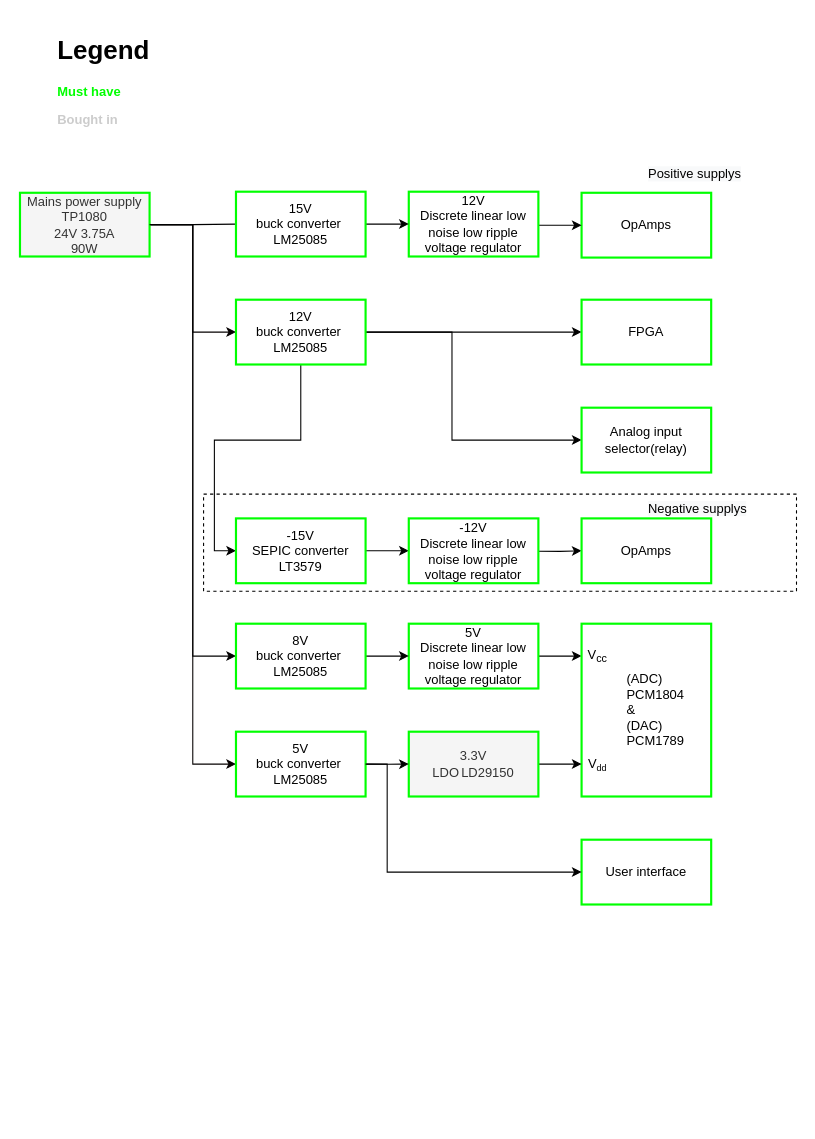
Above: Block diagrams/System design/Power supply.drawio in HeinVerhallen/Audio-DSP (draw.io), before the change. Source tidied: cells renumbered, new cells numbered last; positions are measured from the earlier drawing's top-left corner, leaving out a move shared by most shapes. Both pictures are drawn from the tidied source at 108%, with x=0, y=0 at pixel (19, 29).
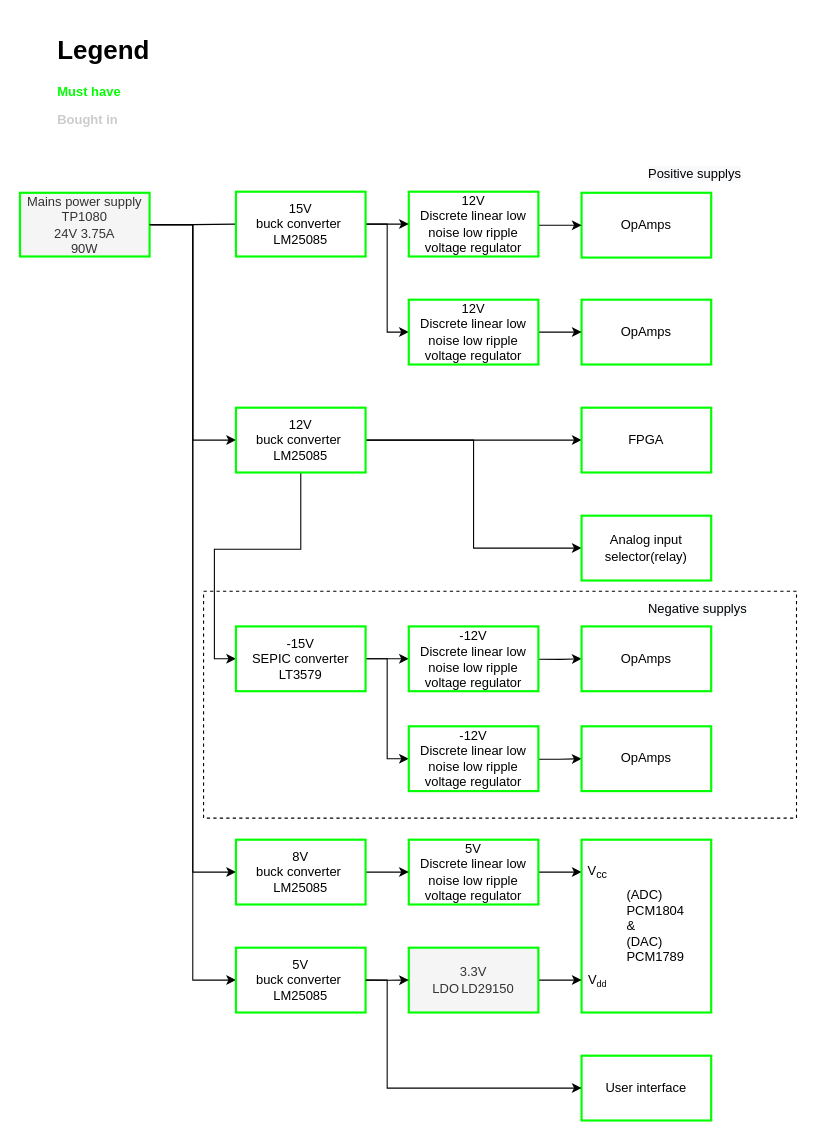
The same page after the edit.

The change refers to these unchanged cells:
```xml
<mxCell id="6" value="Mains power supply&lt;br&gt;TP1080&lt;br&gt;24V 3.75A&lt;br&gt;90W" style="rounded=0;whiteSpace=wrap;html=1;strokeColor=#00FF00;strokeWidth=2;fillColor=#f5f5f5;fontColor=#333333;" parent="1" vertex="1">
  <mxGeometry y="151" width="120" height="59" as="geometry" />
</mxCell>
<mxCell id="36" value="15V &lt;br&gt;buck converter&amp;nbsp; LM25085" style="rounded=0;whiteSpace=wrap;html=1;strokeColor=#00FF00;strokeWidth=2;" parent="1" vertex="1">
  <mxGeometry x="200" y="150" width="120" height="60" as="geometry" />
</mxCell>
```

Diff of the diagram source:
```diff
@@
     <mxCell id="2" style="rounded=0;whiteSpace=wrap;html=1;dashed=1;fillColor=none;" parent="1" vertex="1">
-      <mxGeometry x="170" y="430" width="549" height="90" as="geometry" />
+      <mxGeometry x="170" y="520" width="549" height="210" as="geometry" />
     </mxCell>
     <mxCell id="3" style="edgeStyle=orthogonalEdgeStyle;rounded=0;jettySize=auto;html=1;entryX=0;entryY=0.5;entryDx=0;entryDy=0;strokeColor=#050001;fontColor=default;" parent="1" edge="1" source="6" target="13">
       <mxGeometry relative="1" as="geometry">
         <Array as="points">
           <mxPoint x="160" y="181" />
-          <mxPoint x="160" y="280" />
+          <mxPoint x="160" y="380" />
         </Array>
       </mxGeometry>
     </mxCell>
     <mxCell id="4" style="edgeStyle=orthogonalEdgeStyle;rounded=0;jettySize=auto;html=1;entryX=0;entryY=0.5;entryDx=0;entryDy=0;strokeColor=#050001;fontColor=default;" parent="1" edge="1" source="6" target="34">
       <mxGeometry relative="1" as="geometry">
         <Array as="points">
-          <mxPoint x="160" y="181" />
-          <mxPoint x="160" y="680" />
+          <mxPoint x="160" y="180" />
+          <mxPoint x="160" y="880" />
         </Array>
       </mxGeometry>
     </mxCell>
     <mxCell id="5" style="edgeStyle=orthogonalEdgeStyle;rounded=0;jettySize=auto;html=1;entryX=0;entryY=0.5;entryDx=0;entryDy=0;" parent="1" edge="1" source="6" target="33">
       <mxGeometry relative="1" as="geometry">
         <Array as="points">
-          <mxPoint x="160" y="181" />
-          <mxPoint x="160" y="580" />
+          <mxPoint x="160" y="180" />
+          <mxPoint x="160" y="780" />
         </Array>
       </mxGeometry>
     </mxCell>
@@
     <mxCell id="9" value="5V &lt;br&gt;Discrete linear low noise low ripple voltage regulator" style="rounded=0;whiteSpace=wrap;html=1;strokeColor=#00FF00;strokeWidth=2;" parent="1" vertex="1">
-      <mxGeometry x="360" y="550" width="120" height="60" as="geometry" />
+      <mxGeometry x="360" y="750" width="120" height="60" as="geometry" />
     </mxCell>
+    <mxCell id="12" style="edgeStyle=orthogonalEdgeStyle;rounded=0;jettySize=auto;html=1;entryX=0;entryY=0.5;entryDx=0;entryDy=0;" parent="1" edge="1" source="13" target="14">
+      <mxGeometry relative="1" as="geometry" />
+    </mxCell>
-    <mxCell id="10" style="edgeStyle=orthogonalEdgeStyle;rounded=0;jettySize=auto;html=1;strokeColor=#000000;strokeWidth=1;fontColor=#000000;" parent="1" edge="1" source="13" target="16">
-      <mxGeometry relative="1" as="geometry">
-        <Array as="points">
-          <mxPoint x="400" y="280" />
-          <mxPoint x="400" y="380" />
-        </Array>
-      </mxGeometry>
+    <mxCell id="10" style="edgeStyle=orthogonalEdgeStyle;rounded=0;jettySize=auto;html=1;entryX=0;entryY=0.5;entryDx=0;entryDy=0;" parent="1" edge="1" source="13" target="16">
+      <mxGeometry relative="1" as="geometry" />
     </mxCell>
     <mxCell id="11" style="edgeStyle=orthogonalEdgeStyle;rounded=0;jettySize=auto;html=1;entryX=0;entryY=0.5;entryDx=0;entryDy=0;" parent="1" edge="1" source="13" target="37">
       <mxGeometry relative="1" as="geometry">
         <Array as="points">
-          <mxPoint x="260" y="380" />
-          <mxPoint x="180" y="380" />
-          <mxPoint x="180" y="483" />
+          <mxPoint x="260" y="481" />
+          <mxPoint x="180" y="481" />
+          <mxPoint x="180" y="582" />
         </Array>
       </mxGeometry>
     </mxCell>
-    <mxCell id="12" style="edgeStyle=orthogonalEdgeStyle;rounded=0;jettySize=auto;html=1;entryX=0;entryY=0.5;entryDx=0;entryDy=0;" parent="1" edge="1" source="13" target="14">
-      <mxGeometry relative="1" as="geometry" />
-    </mxCell>
     <mxCell id="13" value="12V &lt;br&gt;buck converter&amp;nbsp; LM25085" style="rounded=0;whiteSpace=wrap;html=1;strokeColor=#00FF00;strokeWidth=2;" parent="1" vertex="1">
-      <mxGeometry x="200" y="250" width="120" height="60" as="geometry" />
+      <mxGeometry x="200" y="350" width="120" height="60" as="geometry" />
     </mxCell>
     <mxCell id="14" value="FPGA" style="rounded=0;whiteSpace=wrap;html=1;strokeColor=#00FF00;strokeWidth=2;" parent="1" vertex="1">
-      <mxGeometry x="520" y="250" width="120" height="60" as="geometry" />
+      <mxGeometry x="520" y="350" width="120" height="60" as="geometry" />
     </mxCell>
     <mxCell id="15" value="User interface" style="rounded=0;whiteSpace=wrap;html=1;strokeColor=#00FF00;strokeWidth=2;" parent="1" vertex="1">
-      <mxGeometry x="520" y="750" width="120" height="60" as="geometry" />
+      <mxGeometry x="520" y="950" width="120" height="60" as="geometry" />
     </mxCell>
     <mxCell id="16" value="Analog input selector(relay)" style="rounded=0;whiteSpace=wrap;html=1;strokeColor=#00FF00;strokeWidth=2;" parent="1" vertex="1">
-      <mxGeometry x="520" y="350" width="120" height="60" as="geometry" />
+      <mxGeometry x="520" y="450" width="120" height="60" as="geometry" />
     </mxCell>
@@
     <mxCell id="19" value="OpAmps" style="rounded=0;whiteSpace=wrap;html=1;strokeColor=#00FF00;strokeWidth=2;" parent="1" vertex="1">
-      <mxGeometry x="520" y="452.5" width="120" height="60" as="geometry" />
+      <mxGeometry x="520" y="552.5" width="120" height="60" as="geometry" />
     </mxCell>
@@
     <mxCell id="21" value="&lt;span style=&quot;color: rgb(0 , 0 , 0) ; font-family: &amp;#34;helvetica&amp;#34; ; font-size: 12px ; font-style: normal ; font-weight: 400 ; letter-spacing: normal ; text-align: center ; text-indent: 0px ; text-transform: none ; word-spacing: 0px ; background-color: rgb(248 , 249 , 250) ; display: inline ; float: none&quot;&gt;Negative supplys&lt;/span&gt;" style="text;whiteSpace=wrap;html=1;strokeColor=none;strokeWidth=1;dashed=1;" parent="1" vertex="1">
-      <mxGeometry x="580" y="430" width="110" height="30" as="geometry" />
+      <mxGeometry x="580" y="522.5" width="110" height="30" as="geometry" />
     </mxCell>
     <mxCell id="22" value="&lt;blockquote style=&quot;margin: 0 0 0 40px; border: none; padding: 0px;&quot;&gt;&lt;p style=&quot;line-height: 120%;&quot;&gt;(ADC) PCM1804 &lt;br&gt;&amp;amp; &lt;br&gt;(DAC) PCM1789&lt;/p&gt;&lt;/blockquote&gt;" style="rounded=0;whiteSpace=wrap;html=1;shadow=0;fillColor=none;align=left;strokeColor=#00FF00;strokeWidth=2;" parent="1" vertex="1">
-      <mxGeometry x="520" y="550" width="120" height="160" as="geometry" />
+      <mxGeometry x="520" y="750" width="120" height="160" as="geometry" />
     </mxCell>
     <mxCell id="23" value="V&lt;sub&gt;cc&lt;/sub&gt;" style="rounded=0;whiteSpace=wrap;html=1;shadow=0;dashed=1;fontColor=#000000;fillColor=none;strokeColor=none;strokeWidth=2;" parent="1" vertex="1">
-      <mxGeometry x="520" y="557.5" width="30" height="45" as="geometry" />
+      <mxGeometry x="520" y="757.5" width="30" height="45" as="geometry" />
     </mxCell>
@@
     <mxCell id="25" value="3.3V &lt;br&gt;LDO&lt;span style=&quot;white-space: pre;&quot;&gt;&#9;&lt;/span&gt;LD29150" style="rounded=0;whiteSpace=wrap;html=1;strokeColor=#00FF00;strokeWidth=2;fillColor=#f5f5f5;fontColor=#333333;" parent="1" vertex="1">
-      <mxGeometry x="360" y="650" width="120" height="60" as="geometry" />
+      <mxGeometry x="360" y="850" width="120" height="60" as="geometry" />
     </mxCell>
     <mxCell id="26" style="edgeStyle=orthogonalEdgeStyle;rounded=0;orthogonalLoop=1;jettySize=auto;html=1;exitX=0.5;exitY=1;exitDx=0;exitDy=0;strokeColor=#00FF00;fontColor=default;strokeWidth=2;" parent="1" edge="1">
       <mxGeometry relative="1" as="geometry">
-        <mxPoint x="430.5" y="490" as="sourcePoint" />
-        <mxPoint x="430.5" y="490" as="targetPoint" />
+        <mxPoint x="430.5" y="590" as="sourcePoint" />
+        <mxPoint x="430.5" y="590" as="targetPoint" />
       </mxGeometry>
     </mxCell>
     <mxCell id="27" style="edgeStyle=orthogonalEdgeStyle;rounded=0;jettySize=auto;html=1;entryX=0;entryY=0.5;entryDx=0;entryDy=0;strokeColor=#000000;fontColor=default;exitX=1.003;exitY=0.501;exitDx=0;exitDy=0;exitPerimeter=0;strokeWidth=1;" parent="1" edge="1" source="34" target="25">
       <mxGeometry relative="1" as="geometry">
         <Array as="points">
-          <mxPoint x="340" y="680" />
-          <mxPoint x="340" y="680" />
+          <mxPoint x="340" y="880" />
+          <mxPoint x="340" y="880" />
         </Array>
       </mxGeometry>
     </mxCell>
@@
     <mxCell id="30" value="V&lt;span style=&quot;font-size: 10px;&quot;&gt;&lt;sub&gt;dd&lt;/sub&gt;&lt;/span&gt;" style="rounded=0;whiteSpace=wrap;html=1;shadow=0;dashed=1;fontColor=#000000;fillColor=none;strokeColor=none;strokeWidth=2;" parent="1" vertex="1">
-      <mxGeometry x="520" y="657.5" width="30" height="45" as="geometry" />
+      <mxGeometry x="520" y="857.5" width="30" height="45" as="geometry" />
     </mxCell>
@@
     <mxCell id="33" value="8V &lt;br&gt;buck converter&amp;nbsp; LM25085" style="rounded=0;whiteSpace=wrap;html=1;strokeColor=#00FF00;strokeWidth=2;" parent="1" vertex="1">
-      <mxGeometry x="200" y="550" width="120" height="60" as="geometry" />
+      <mxGeometry x="200" y="750" width="120" height="60" as="geometry" />
     </mxCell>
     <mxCell id="34" value="5V &lt;br&gt;buck converter&amp;nbsp; LM25085" style="rounded=0;whiteSpace=wrap;html=1;strokeColor=#00FF00;strokeWidth=2;" parent="1" vertex="1">
-      <mxGeometry x="200" y="650" width="120" height="60" as="geometry" />
+      <mxGeometry x="200" y="850" width="120" height="60" as="geometry" />
     </mxCell>
@@
+    <mxCell id="41" style="edgeStyle=orthogonalEdgeStyle;rounded=0;jettySize=auto;html=1;entryX=0;entryY=0.5;entryDx=0;entryDy=0;" parent="1" edge="1" source="36" target="49">
+      <mxGeometry relative="1" as="geometry" />
+    </mxCell>
@@
+    <mxCell id="42" style="edgeStyle=orthogonalEdgeStyle;rounded=0;jettySize=auto;html=1;entryX=0;entryY=0.5;entryDx=0;entryDy=0;" parent="1" edge="1" source="37" target="46">
+      <mxGeometry relative="1" as="geometry" />
+    </mxCell>
     <mxCell id="37" value="-15V &lt;br&gt;SEPIC converter&lt;br&gt;LT3579" style="rounded=0;whiteSpace=wrap;html=1;strokeColor=#00FF00;strokeWidth=2;" parent="1" vertex="1">
-      <mxGeometry x="200" y="452.5" width="120" height="60" as="geometry" />
+      <mxGeometry x="200" y="552.5" width="120" height="60" as="geometry" />
     </mxCell>
     <mxCell id="38" value="-12V &lt;br&gt;Discrete linear low noise low ripple voltage regulator" style="rounded=0;whiteSpace=wrap;html=1;strokeColor=#00FF00;strokeWidth=2;" parent="1" vertex="1">
-      <mxGeometry x="360" y="452.5" width="120" height="60" as="geometry" />
+      <mxGeometry x="360" y="552.5" width="120" height="60" as="geometry" />
     </mxCell>
@@
     <mxCell id="40" style="edgeStyle=orthogonalEdgeStyle;rounded=0;jettySize=auto;html=1;entryX=0;entryY=0.5;entryDx=0;entryDy=0;strokeColor=#000000;strokeWidth=1;" parent="1" edge="1" source="34" target="15">
       <mxGeometry relative="1" as="geometry">
         <Array as="points">
-          <mxPoint x="340" y="680" />
-          <mxPoint x="340" y="780" />
+          <mxPoint x="340" y="880" />
+          <mxPoint x="340" y="980" />
         </Array>
       </mxGeometry>
     </mxCell>
+    <mxCell id="43" style="edgeStyle=orthogonalEdgeStyle;rounded=0;jettySize=auto;html=1;exitX=1.002;exitY=0.508;exitDx=0;exitDy=0;exitPerimeter=0;strokeColor=#000000;strokeWidth=1;" parent="1" edge="1" source="46" target="44">
+      <mxGeometry relative="1" as="geometry" />
+    </mxCell>
+    <mxCell id="44" value="OpAmps" style="rounded=0;whiteSpace=wrap;html=1;strokeColor=#00FF00;strokeWidth=2;" parent="1" vertex="1">
+      <mxGeometry x="520" y="645" width="120" height="60" as="geometry" />
+    </mxCell>
+    <mxCell id="45" style="edgeStyle=orthogonalEdgeStyle;rounded=0;orthogonalLoop=1;jettySize=auto;html=1;exitX=0.5;exitY=1;exitDx=0;exitDy=0;strokeColor=#00FF00;fontColor=default;strokeWidth=2;" parent="1" edge="1">
+      <mxGeometry relative="1" as="geometry">
+        <mxPoint x="430.5" y="682.5" as="sourcePoint" />
+        <mxPoint x="430.5" y="682.5" as="targetPoint" />
+      </mxGeometry>
+    </mxCell>
+    <mxCell id="46" value="-12V &lt;br&gt;Discrete linear low noise low ripple voltage regulator" style="rounded=0;whiteSpace=wrap;html=1;strokeColor=#00FF00;strokeWidth=2;" parent="1" vertex="1">
+      <mxGeometry x="360" y="645" width="120" height="60" as="geometry" />
+    </mxCell>
+    <mxCell id="47" value="OpAmps" style="rounded=0;whiteSpace=wrap;html=1;strokeColor=#00FF00;strokeWidth=2;" parent="1" vertex="1">
+      <mxGeometry x="520" y="250" width="120" height="60" as="geometry" />
+    </mxCell>
+    <mxCell id="48" style="edgeStyle=orthogonalEdgeStyle;rounded=0;jettySize=auto;html=1;entryX=0;entryY=0.5;entryDx=0;entryDy=0;strokeColor=#000000;strokeWidth=1;" parent="1" edge="1" source="49" target="47">
+      <mxGeometry relative="1" as="geometry">
+        <Array as="points">
+          <mxPoint x="500" y="280" />
+          <mxPoint x="500" y="280" />
+        </Array>
+      </mxGeometry>
+    </mxCell>
+    <mxCell id="49" value="12V &lt;br&gt;Discrete linear low noise low ripple voltage regulator" style="rounded=0;whiteSpace=wrap;html=1;strokeColor=#00FF00;strokeWidth=2;" parent="1" vertex="1">
+      <mxGeometry x="360" y="250" width="120" height="60" as="geometry" />
+    </mxCell>
```
